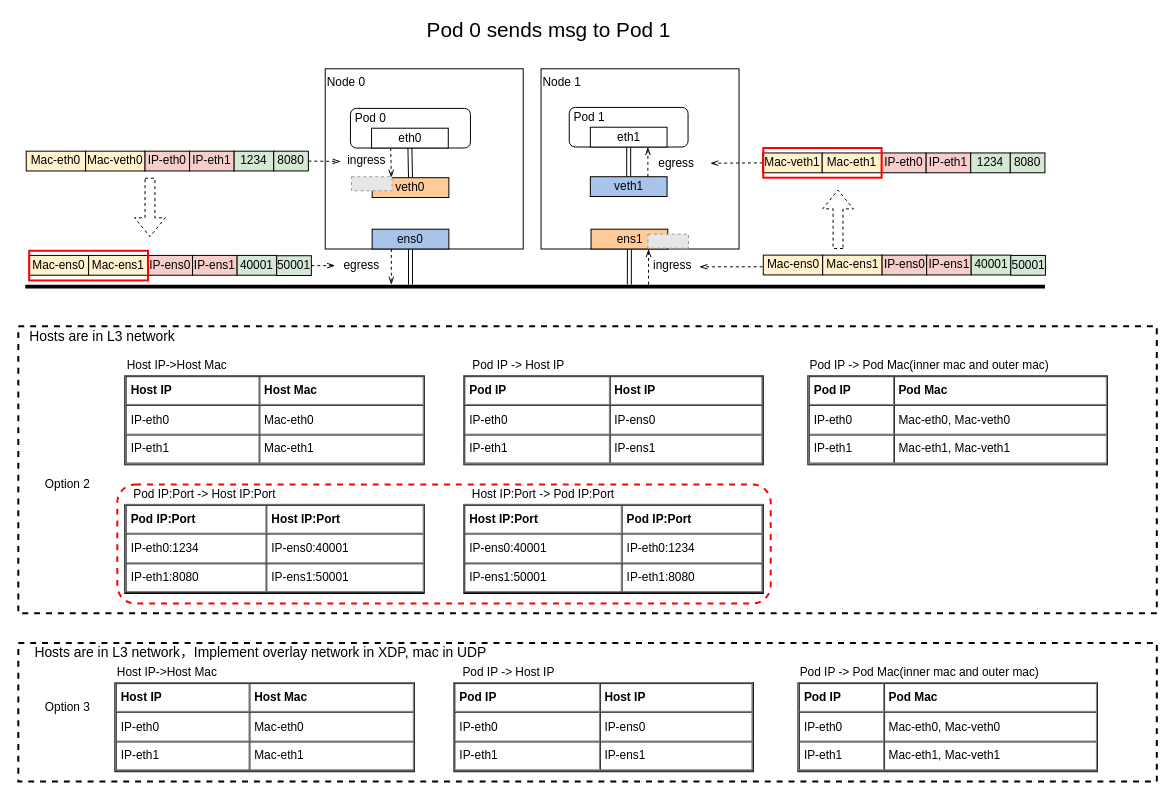
The draw.io diagram XDP_L3net.drawio in LuyaoZhong/Figures, before the edit. Source tidied: cells renumbered, new cells numbered last; positions are measured from the earlier drawing's top-left corner, leaving out a move shared by most shapes. Both pictures are drawn from the tidied source at 99%, with x=0, y=0 at pixel (18, 19). Pictures stored in the file or linked from it are replaced by grey dashed boxes.
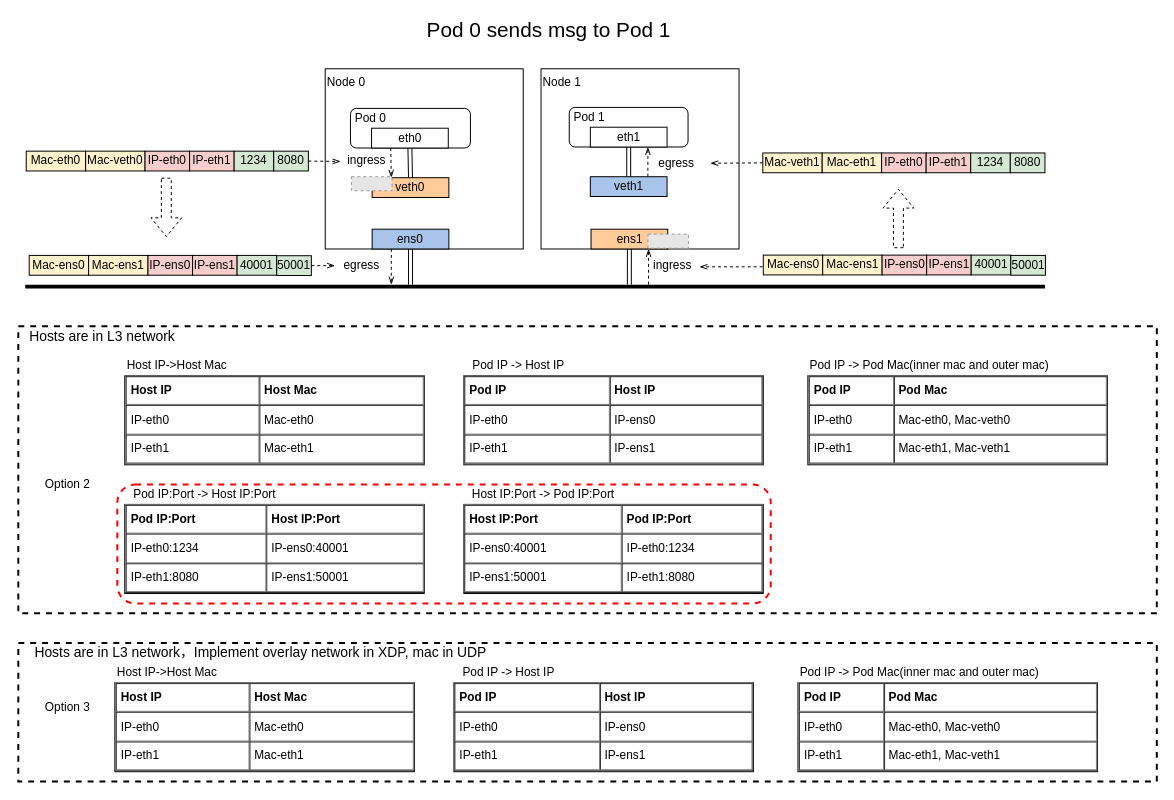
After the change.

Change to the diagram source:
```diff
@@
     <mxCell id="25" style="edgeStyle=none;rounded=0;orthogonalLoop=1;jettySize=auto;html=1;dashed=1;endArrow=openThin;endFill=0;strokeColor=#000000;strokeWidth=1;shape=flexArrow;" parent="1" edge="1">
       <mxGeometry relative="1" as="geometry">
-        <mxPoint x="133" y="160" as="sourcePoint" />
-        <mxPoint x="133" y="220" as="targetPoint" />
+        <mxPoint x="149.5" y="160" as="sourcePoint" />
+        <mxPoint x="149.5" y="220" as="targetPoint" />
       </mxGeometry>
     </mxCell>
@@
     <mxCell id="58" style="edgeStyle=none;rounded=0;orthogonalLoop=1;jettySize=auto;html=1;dashed=1;endArrow=openThin;endFill=0;strokeColor=#000000;strokeWidth=1;shape=flexArrow;" parent="1" edge="1">
       <mxGeometry relative="1" as="geometry">
-        <mxPoint x="828" y="232" as="sourcePoint" />
-        <mxPoint x="828" y="172" as="targetPoint" />
+        <mxPoint x="889" y="231.2" as="sourcePoint" />
+        <mxPoint x="889" y="171.2" as="targetPoint" />
       </mxGeometry>
     </mxCell>
@@
-    <mxCell id="60" style="rounded=0;whiteSpace=wrap;html=1;fillColor=none;strokeColor=#FF0000;strokeWidth=2;" parent="1" vertex="1">
-      <mxGeometry x="11" y="233.8" width="120" height="30" as="geometry" />
-    </mxCell>
-    <mxCell id="61" style="rounded=0;whiteSpace=wrap;html=1;fillColor=none;strokeColor=#FF0000;strokeWidth=2;" parent="1" vertex="1">
-      <mxGeometry x="752.5" y="130" width="119.5" height="30" as="geometry" />
-    </mxCell>
```
